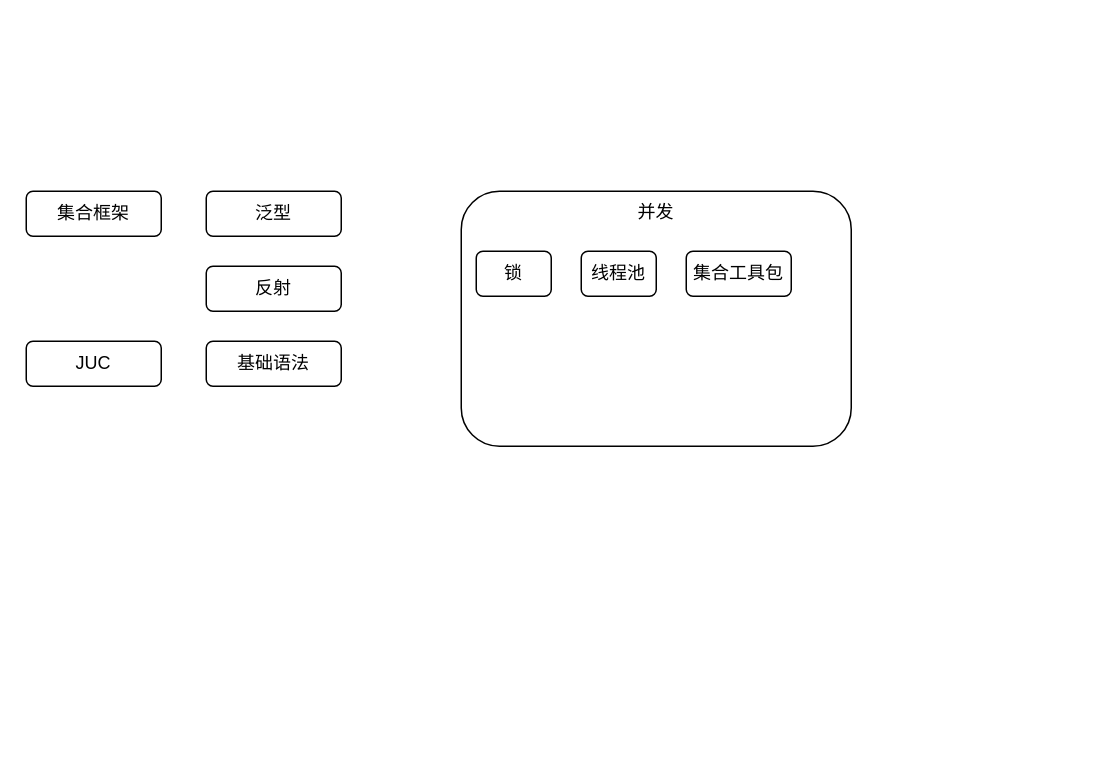
Before: page "Java" (2 of 5) of 技术栈.drawio in ProgrammerLZ/drawio, a draw.io diagram. Source tidied: cells renumbered, new cells numbered last; positions are measured from the earlier drawing's top-left corner, leaving out a move shared by most shapes. Both pictures are drawn from the tidied source at 150%, with x=0, y=0 at pixel (26, 190).
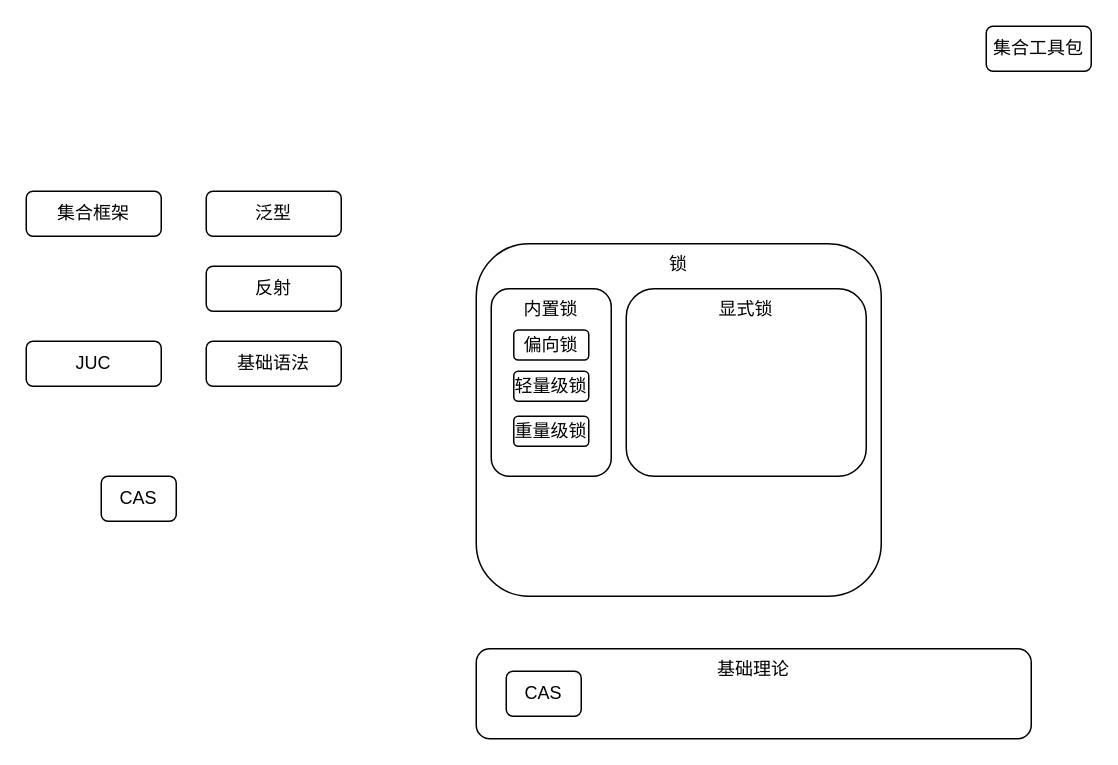
The same page after the edit.

Commit message:
更新技术栈.drawio

The edit, as a diff of the source:
```diff
@@
 <mxGraphModel>
   <root>
     <mxCell id="0" />
     <mxCell id="1" parent="0" />
     <mxCell id="2" value="集合框架" style="rounded=1;whiteSpace=wrap;html=1;fillColor=none;" parent="1" vertex="1">
       <mxGeometry width="90" height="30" as="geometry" />
     </mxCell>
-    <mxCell id="3" value="并发" style="rounded=1;whiteSpace=wrap;html=1;fillColor=none;verticalAlign=top;" parent="1" vertex="1">
-      <mxGeometry x="290" width="260" height="170" as="geometry" />
-    </mxCell>
     <mxCell id="4" value="JUC" style="rounded=1;whiteSpace=wrap;html=1;fillColor=none;" parent="1" vertex="1">
       <mxGeometry y="100" width="90" height="30" as="geometry" />
     </mxCell>
     <mxCell id="5" value="泛型" style="rounded=1;whiteSpace=wrap;html=1;fillColor=none;" parent="1" vertex="1">
       <mxGeometry x="120" width="90" height="30" as="geometry" />
     </mxCell>
     <mxCell id="6" value="反射" style="rounded=1;whiteSpace=wrap;html=1;fillColor=none;" parent="1" vertex="1">
       <mxGeometry x="120" y="50" width="90" height="30" as="geometry" />
     </mxCell>
     <mxCell id="7" value="基础语法" style="rounded=1;whiteSpace=wrap;html=1;fillColor=none;" parent="1" vertex="1">
       <mxGeometry x="120" y="100" width="90" height="30" as="geometry" />
     </mxCell>
-    <mxCell id="8" value="锁" style="rounded=1;whiteSpace=wrap;html=1;fillColor=none;" parent="1" vertex="1">
-      <mxGeometry x="300" y="40" width="50" height="30" as="geometry" />
+    <mxCell id="8" value="锁" style="rounded=1;whiteSpace=wrap;html=1;fillColor=none;verticalAlign=top;" parent="1" vertex="1">
+      <mxGeometry x="300" y="35" width="270" height="235" as="geometry" />
     </mxCell>
+    <mxCell id="10" value="集合工具包" style="rounded=1;whiteSpace=wrap;html=1;fillColor=none;" parent="1" vertex="1">
+      <mxGeometry x="640" y="-110" width="70" height="30" as="geometry" />
+    </mxCell>
+    <mxCell id="11" value="内置锁" style="rounded=1;whiteSpace=wrap;html=1;fillColor=none;verticalAlign=top;" parent="1" vertex="1">
+      <mxGeometry x="310" y="65" width="80" height="125" as="geometry" />
+    </mxCell>
+    <mxCell id="12" value="基础理论" style="rounded=1;whiteSpace=wrap;html=1;fillColor=none;verticalAlign=top;" parent="1" vertex="1">
+      <mxGeometry x="300" y="305" width="370" height="60" as="geometry" />
+    </mxCell>
+    <mxCell id="13" value="显式锁" style="rounded=1;whiteSpace=wrap;html=1;fillColor=none;verticalAlign=top;" parent="1" vertex="1">
+      <mxGeometry x="400" y="65" width="160" height="125" as="geometry" />
+    </mxCell>
-    <mxCell id="9" value="线程池" style="rounded=1;whiteSpace=wrap;html=1;fillColor=none;" parent="1" vertex="1">
-      <mxGeometry x="370" y="40" width="50" height="30" as="geometry" />
+    <mxCell id="9" value="CAS" style="rounded=1;whiteSpace=wrap;html=1;fillColor=none;" parent="1" vertex="1">
+      <mxGeometry x="320" y="320" width="50" height="30" as="geometry" />
     </mxCell>
-    <mxCell id="10" value="集合工具包" style="rounded=1;whiteSpace=wrap;html=1;fillColor=none;" parent="1" vertex="1">
-      <mxGeometry x="440" y="40" width="70" height="30" as="geometry" />
-    </mxCell>
+    <mxCell id="14" value="CAS" style="rounded=1;whiteSpace=wrap;html=1;fillColor=none;" parent="1" vertex="1">
+      <mxGeometry x="50" y="190" width="50" height="30" as="geometry" />
+    </mxCell>
+    <mxCell id="15" value="偏向锁" style="rounded=1;whiteSpace=wrap;html=1;fillColor=none;" parent="1" vertex="1">
+      <mxGeometry x="325" y="92.5" width="50" height="20" as="geometry" />
+    </mxCell>
+    <mxCell id="16" value="轻量级锁" style="rounded=1;whiteSpace=wrap;html=1;fillColor=none;" parent="1" vertex="1">
+      <mxGeometry x="325" y="120" width="50" height="20" as="geometry" />
+    </mxCell>
+    <mxCell id="17" value="重量级锁" style="rounded=1;whiteSpace=wrap;html=1;fillColor=none;" parent="1" vertex="1">
+      <mxGeometry x="325" y="150" width="50" height="20" as="geometry" />
+    </mxCell>
   </root>
 </mxGraphModel>
```
